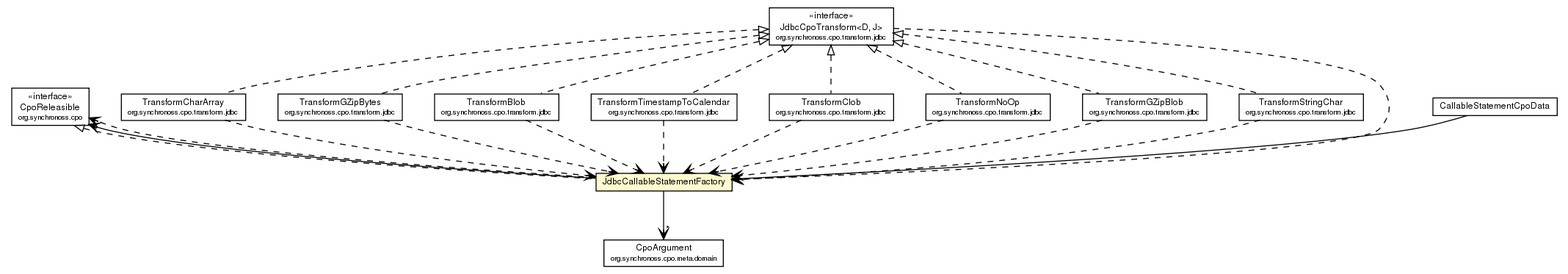
Before: site/apidocs/org/synchronoss/cpo/jdbc/JdbcCallableStatementFactory.png, a diagram exported from Graphviz (synchronoss/cpo-api). Its source is kept beside it as site/apidocs/org/synchronoss/cpo/jdbc/JdbcCallableStatementFactory.dot.
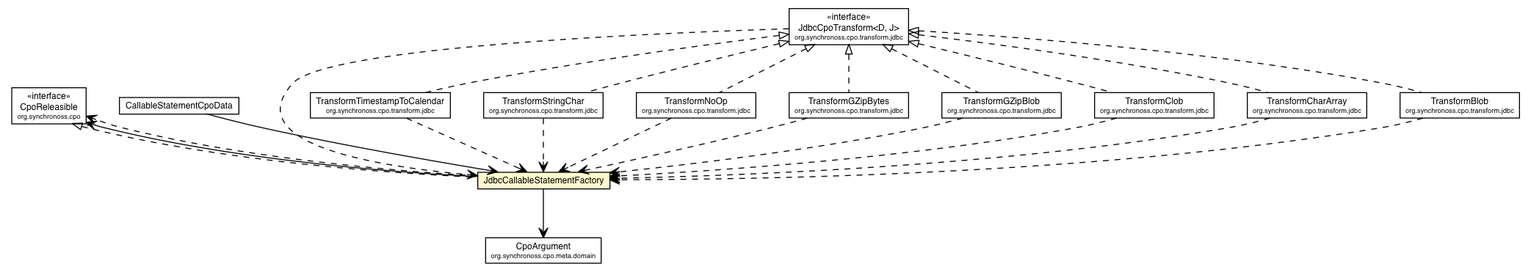
The same diagram one commit later.

What changed in the source:
```diff
@@ -2,104 +2,104 @@
 digraph G {
 	edge [fontname="Helvetica",fontsize=10,labelfontname="Helvetica",labelfontsize=10];
 	node [fontname="Helvetica",fontsize=10,shape=plaintext];
-	c38146 [label=<<table border="0" cellborder="1" cellspacing="0" cellpadding="2" port="p" href="../CpoReleasible.html">
+	c35674 [label=<<table border="0" cellborder="1" cellspacing="0" cellpadding="2" port="p" href="../CpoReleasible.html">
 		<tr><td><table border="0" cellspacing="0" cellpadding="1">
 			<tr><td> &laquo;interface&raquo; </td></tr>
 			<tr><td> CpoReleasible </td></tr>
 			<tr><td><font point-size="7.0"> org.synchronoss.cpo </font></td></tr>
 		</table></td></tr>
 		</table>>, fontname="Helvetica", fontcolor="black", fontsize=9.0];
-	c38172 [label=<<table border="0" cellborder="1" cellspacing="0" cellpadding="2" port="p" href="../meta/domain/CpoArgument.html">
+	c35726 [label=<<table border="0" cellborder="1" cellspacing="0" cellpadding="2" port="p" href="../meta/domain/CpoArgument.html">
 		<tr><td><table border="0" cellspacing="0" cellpadding="1">
 			<tr><td> CpoArgument </td></tr>
 			<tr><td><font point-size="7.0"> org.synchronoss.cpo.meta.domain </font></td></tr>
 		</table></td></tr>
 		</table>>, fontname="Helvetica", fontcolor="black", fontsize=9.0];
-	c38239 [label=<<table border="0" cellborder="1" cellspacing="0" cellpadding="2" port="p" href="../transform/jdbc/TransformCharArray.html">
+	c35791 [label=<<table border="0" cellborder="1" cellspacing="0" cellpadding="2" port="p" bgcolor="lemonChiffon" href="./JdbcCallableStatementFactory.html">
+		<tr><td><table border="0" cellspacing="0" cellpadding="1">
+			<tr><td> JdbcCallableStatementFactory </td></tr>
+		</table></td></tr>
+		</table>>, fontname="Helvetica", fontcolor="black", fontsize=9.0];
+	c35794 [label=<<table border="0" cellborder="1" cellspacing="0" cellpadding="2" port="p" href="./CallableStatementCpoData.html">
+		<tr><td><table border="0" cellspacing="0" cellpadding="1">
+			<tr><td> CallableStatementCpoData </td></tr>
+		</table></td></tr>
+		</table>>, fontname="Helvetica", fontcolor="black", fontsize=9.0];
+	c35803 [label=<<table border="0" cellborder="1" cellspacing="0" cellpadding="2" port="p" href="../transform/jdbc/TransformTimestampToCalendar.html">
+		<tr><td><table border="0" cellspacing="0" cellpadding="1">
+			<tr><td> TransformTimestampToCalendar </td></tr>
+			<tr><td><font point-size="7.0"> org.synchronoss.cpo.transform.jdbc </font></td></tr>
+		</table></td></tr>
+		</table>>, fontname="Helvetica", fontcolor="black", fontsize=9.0];
+	c35804 [label=<<table border="0" cellborder="1" cellspacing="0" cellpadding="2" port="p" href="../transform/jdbc/TransformStringChar.html">
+		<tr><td><table border="0" cellspacing="0" cellpadding="1">
+			<tr><td> TransformStringChar </td></tr>
+			<tr><td><font point-size="7.0"> org.synchronoss.cpo.transform.jdbc </font></td></tr>
+		</table></td></tr>
+		</table>>, fontname="Helvetica", fontcolor="black", fontsize=9.0];
+	c35805 [label=<<table border="0" cellborder="1" cellspacing="0" cellpadding="2" port="p" href="../transform/jdbc/TransformNoOp.html">
+		<tr><td><table border="0" cellspacing="0" cellpadding="1">
+			<tr><td> TransformNoOp </td></tr>
+			<tr><td><font point-size="7.0"> org.synchronoss.cpo.transform.jdbc </font></td></tr>
+		</table></td></tr>
+		</table>>, fontname="Helvetica", fontcolor="black", fontsize=9.0];
+	c35806 [label=<<table border="0" cellborder="1" cellspacing="0" cellpadding="2" port="p" href="../transform/jdbc/TransformGZipBytes.html">
+		<tr><td><table border="0" cellspacing="0" cellpadding="1">
+			<tr><td> TransformGZipBytes </td></tr>
+			<tr><td><font point-size="7.0"> org.synchronoss.cpo.transform.jdbc </font></td></tr>
+		</table></td></tr>
+		</table>>, fontname="Helvetica", fontcolor="black", fontsize=9.0];
+	c35807 [label=<<table border="0" cellborder="1" cellspacing="0" cellpadding="2" port="p" href="../transform/jdbc/TransformGZipBlob.html">
+		<tr><td><table border="0" cellspacing="0" cellpadding="1">
+			<tr><td> TransformGZipBlob </td></tr>
+			<tr><td><font point-size="7.0"> org.synchronoss.cpo.transform.jdbc </font></td></tr>
+		</table></td></tr>
+		</table>>, fontname="Helvetica", fontcolor="black", fontsize=9.0];
+	c35808 [label=<<table border="0" cellborder="1" cellspacing="0" cellpadding="2" port="p" href="../transform/jdbc/TransformClob.html">
+		<tr><td><table border="0" cellspacing="0" cellpadding="1">
+			<tr><td> TransformClob </td></tr>
+			<tr><td><font point-size="7.0"> org.synchronoss.cpo.transform.jdbc </font></td></tr>
+		</table></td></tr>
+		</table>>, fontname="Helvetica", fontcolor="black", fontsize=9.0];
+	c35809 [label=<<table border="0" cellborder="1" cellspacing="0" cellpadding="2" port="p" href="../transform/jdbc/TransformCharArray.html">
 		<tr><td><table border="0" cellspacing="0" cellpadding="1">
 			<tr><td> TransformCharArray </td></tr>
 			<tr><td><font point-size="7.0"> org.synchronoss.cpo.transform.jdbc </font></td></tr>
 		</table></td></tr>
 		</table>>, fontname="Helvetica", fontcolor="black", fontsize=9.0];
-	c38240 [label=<<table border="0" cellborder="1" cellspacing="0" cellpadding="2" port="p" href="../transform/jdbc/TransformGZipBytes.html">
+	c35810 [label=<<table border="0" cellborder="1" cellspacing="0" cellpadding="2" port="p" href="../transform/jdbc/TransformBlob.html">
 		<tr><td><table border="0" cellspacing="0" cellpadding="1">
-			<tr><td> TransformGZipBytes </td></tr>
+			<tr><td> TransformBlob </td></tr>
 			<tr><td><font point-size="7.0"> org.synchronoss.cpo.transform.jdbc </font></td></tr>
 		</table></td></tr>
 		</table>>, fontname="Helvetica", fontcolor="black", fontsize=9.0];
-	c38241 [label=<<table border="0" cellborder="1" cellspacing="0" cellpadding="2" port="p" href="../transform/jdbc/JdbcCpoTransform.html">
+	c35813 [label=<<table border="0" cellborder="1" cellspacing="0" cellpadding="2" port="p" href="../transform/jdbc/JdbcCpoTransform.html">
 		<tr><td><table border="0" cellspacing="0" cellpadding="1">
 			<tr><td> &laquo;interface&raquo; </td></tr>
 			<tr><td> JdbcCpoTransform&lt;D, J&gt; </td></tr>
 			<tr><td><font point-size="7.0"> org.synchronoss.cpo.transform.jdbc </font></td></tr>
 		</table></td></tr>
 		</table>>, fontname="Helvetica", fontcolor="black", fontsize=9.0];
-	c38242 [label=<<table border="0" cellborder="1" cellspacing="0" cellpadding="2" port="p" href="../transform/jdbc/TransformBlob.html">
-		<tr><td><table border="0" cellspacing="0" cellpadding="1">
-			<tr><td> TransformBlob </td></tr>
-			<tr><td><font point-size="7.0"> org.synchronoss.cpo.transform.jdbc </font></td></tr>
-		</table></td></tr>
-		</table>>, fontname="Helvetica", fontcolor="black", fontsize=9.0];
-	c38243 [label=<<table border="0" cellborder="1" cellspacing="0" cellpadding="2" port="p" href="../transform/jdbc/TransformTimestampToCalendar.html">
-		<tr><td><table border="0" cellspacing="0" cellpadding="1">
-			<tr><td> TransformTimestampToCalendar </td></tr>
-			<tr><td><font point-size="7.0"> org.synchronoss.cpo.transform.jdbc </font></td></tr>
-		</table></td></tr>
-		</table>>, fontname="Helvetica", fontcolor="black", fontsize=9.0];
-	c38244 [label=<<table border="0" cellborder="1" cellspacing="0" cellpadding="2" port="p" href="../transform/jdbc/TransformClob.html">
-		<tr><td><table border="0" cellspacing="0" cellpadding="1">
-			<tr><td> TransformClob </td></tr>
-			<tr><td><font point-size="7.0"> org.synchronoss.cpo.transform.jdbc </font></td></tr>
-		</table></td></tr>
-		</table>>, fontname="Helvetica", fontcolor="black", fontsize=9.0];
-	c38245 [label=<<table border="0" cellborder="1" cellspacing="0" cellpadding="2" port="p" href="../transform/jdbc/TransformNoOp.html">
-		<tr><td><table border="0" cellspacing="0" cellpadding="1">
-			<tr><td> TransformNoOp </td></tr>
-			<tr><td><font point-size="7.0"> org.synchronoss.cpo.transform.jdbc </font></td></tr>
-		</table></td></tr>
-		</table>>, fontname="Helvetica", fontcolor="black", fontsize=9.0];
-	c38246 [label=<<table border="0" cellborder="1" cellspacing="0" cellpadding="2" port="p" href="../transform/jdbc/TransformGZipBlob.html">
-		<tr><td><table border="0" cellspacing="0" cellpadding="1">
-			<tr><td> TransformGZipBlob </td></tr>
-			<tr><td><font point-size="7.0"> org.synchronoss.cpo.transform.jdbc </font></td></tr>
-		</table></td></tr>
-		</table>>, fontname="Helvetica", fontcolor="black", fontsize=9.0];
-	c38247 [label=<<table border="0" cellborder="1" cellspacing="0" cellpadding="2" port="p" href="../transform/jdbc/TransformStringChar.html">
-		<tr><td><table border="0" cellspacing="0" cellpadding="1">
-			<tr><td> TransformStringChar </td></tr>
-			<tr><td><font point-size="7.0"> org.synchronoss.cpo.transform.jdbc </font></td></tr>
-		</table></td></tr>
-		</table>>, fontname="Helvetica", fontcolor="black", fontsize=9.0];
-	c38251 [label=<<table border="0" cellborder="1" cellspacing="0" cellpadding="2" port="p" href="./CallableStatementCpoData.html">
-		<tr><td><table border="0" cellspacing="0" cellpadding="1">
-			<tr><td> CallableStatementCpoData </td></tr>
-		</table></td></tr>
-		</table>>, fontname="Helvetica", fontcolor="black", fontsize=9.0];
-	c38260 [label=<<table border="0" cellborder="1" cellspacing="0" cellpadding="2" port="p" bgcolor="lemonChiffon" href="./JdbcCallableStatementFactory.html">
-		<tr><td><table border="0" cellspacing="0" cellpadding="1">
-			<tr><td> JdbcCallableStatementFactory </td></tr>
-		</table></td></tr>
-		</table>>, fontname="Helvetica", fontcolor="black", fontsize=9.0];
-	c38241:p -> c38239:p [dir=back,arrowtail=empty,style=dashed];
-	c38241:p -> c38240:p [dir=back,arrowtail=empty,style=dashed];
-	c38241:p -> c38242:p [dir=back,arrowtail=empty,style=dashed];
-	c38241:p -> c38243:p [dir=back,arrowtail=empty,style=dashed];
-	c38241:p -> c38244:p [dir=back,arrowtail=empty,style=dashed];
-	c38241:p -> c38245:p [dir=back,arrowtail=empty,style=dashed];
-	c38241:p -> c38246:p [dir=back,arrowtail=empty,style=dashed];
-	c38241:p -> c38247:p [dir=back,arrowtail=empty,style=dashed];
-	c38146:p -> c38260:p [dir=back,arrowtail=empty,style=dashed];
-	c38251:p -> c38260:p [taillabel="", label="", headlabel="", fontname="Helvetica", fontcolor="black", fontsize=10.0, color="black", arrowhead=open];
-	c38260:p -> c38146:p [taillabel="", label="", headlabel="*", fontname="Helvetica", fontcolor="black", fontsize=10.0, color="black", arrowhead=open];
-	c38260:p -> c38172:p [taillabel="", label="", headlabel="*", fontname="Helvetica", fontcolor="black", fontsize=10.0, color="black", arrowhead=open];
-	c38239:p -> c38260:p [taillabel="", label="", headlabel="", fontname="Helvetica", fontcolor="black", fontsize=10.0, color="black", arrowhead=open, style=dashed];
-	c38240:p -> c38260:p [taillabel="", label="", headlabel="", fontname="Helvetica", fontcolor="black", fontsize=10.0, color="black", arrowhead=open, style=dashed];
-	c38241:p -> c38260:p [taillabel="", label="", headlabel="", fontname="Helvetica", fontcolor="black", fontsize=10.0, color="black", arrowhead=open, style=dashed];
-	c38242:p -> c38260:p [taillabel="", label="", headlabel="", fontname="Helvetica", fontcolor="black", fontsize=10.0, color="black", arrowhead=open, style=dashed];
-	c38243:p -> c38260:p [taillabel="", label="", headlabel="", fontname="Helvetica", fontcolor="black", fontsize=10.0, color="black", arrowhead=open, style=dashed];
-	c38244:p -> c38260:p [taillabel="", label="", headlabel="", fontname="Helvetica", fontcolor="black", fontsize=10.0, color="black", arrowhead=open, style=dashed];
-	c38245:p -> c38260:p [taillabel="", label="", headlabel="", fontname="Helvetica", fontcolor="black", fontsize=10.0, color="black", arrowhead=open, style=dashed];
-	c38246:p -> c38260:p [taillabel="", label="", headlabel="", fontname="Helvetica", fontcolor="black", fontsize=10.0, color="black", arrowhead=open, style=dashed];
-	c38247:p -> c38260:p [taillabel="", label="", headlabel="", fontname="Helvetica", fontcolor="black", fontsize=10.0, color="black", arrowhead=open, style=dashed];
-	c38260:p -> c38146:p [taillabel="", label="", headlabel="", fontname="Helvetica", fontcolor="black", fontsize=10.0, color="black", arrowhead=open, style=dashed];
+	c35674:p -> c35791:p [dir=back,arrowtail=empty,style=dashed];
+	c35813:p -> c35803:p [dir=back,arrowtail=empty,style=dashed];
+	c35813:p -> c35804:p [dir=back,arrowtail=empty,style=dashed];
+	c35813:p -> c35805:p [dir=back,arrowtail=empty,style=dashed];
+	c35813:p -> c35806:p [dir=back,arrowtail=empty,style=dashed];
+	c35813:p -> c35807:p [dir=back,arrowtail=empty,style=dashed];
+	c35813:p -> c35808:p [dir=back,arrowtail=empty,style=dashed];
+	c35813:p -> c35809:p [dir=back,arrowtail=empty,style=dashed];
+	c35813:p -> c35810:p [dir=back,arrowtail=empty,style=dashed];
+	c35791:p -> c35674:p [taillabel="", label="", headlabel="*", fontname="Helvetica", fontcolor="black", fontsize=10.0, color="black", arrowhead=open];
+	c35791:p -> c35726:p [taillabel="", label="", headlabel="*", fontname="Helvetica", fontcolor="black", fontsize=10.0, color="black", arrowhead=open];
+	c35794:p -> c35791:p [taillabel="", label="", headlabel="", fontname="Helvetica", fontcolor="black", fontsize=10.0, color="black", arrowhead=open];
+	c35791:p -> c35674:p [taillabel="", label="", headlabel="", fontname="Helvetica", fontcolor="black", fontsize=10.0, color="black", arrowhead=open, style=dashed];
+	c35803:p -> c35791:p [taillabel="", label="", headlabel="", fontname="Helvetica", fontcolor="black", fontsize=10.0, color="black", arrowhead=open, style=dashed];
+	c35804:p -> c35791:p [taillabel="", label="", headlabel="", fontname="Helvetica", fontcolor="black", fontsize=10.0, color="black", arrowhead=open, style=dashed];
+	c35805:p -> c35791:p [taillabel="", label="", headlabel="", fontname="Helvetica", fontcolor="black", fontsize=10.0, color="black", arrowhead=open, style=dashed];
+	c35806:p -> c35791:p [taillabel="", label="", headlabel="", fontname="Helvetica", fontcolor="black", fontsize=10.0, color="black", arrowhead=open, style=dashed];
+	c35807:p -> c35791:p [taillabel="", label="", headlabel="", fontname="Helvetica", fontcolor="black", fontsize=10.0, color="black", arrowhead=open, style=dashed];
+	c35808:p -> c35791:p [taillabel="", label="", headlabel="", fontname="Helvetica", fontcolor="black", fontsize=10.0, color="black", arrowhead=open, style=dashed];
+	c35809:p -> c35791:p [taillabel="", label="", headlabel="", fontname="Helvetica", fontcolor="black", fontsize=10.0, color="black", arrowhead=open, style=dashed];
+	c35810:p -> c35791:p [taillabel="", label="", headlabel="", fontname="Helvetica", fontcolor="black", fontsize=10.0, color="black", arrowhead=open, style=dashed];
+	c35813:p -> c35791:p [taillabel="", label="", headlabel="", fontname="Helvetica", fontcolor="black", fontsize=10.0, color="black", arrowhead=open, style=dashed];
 }
```
